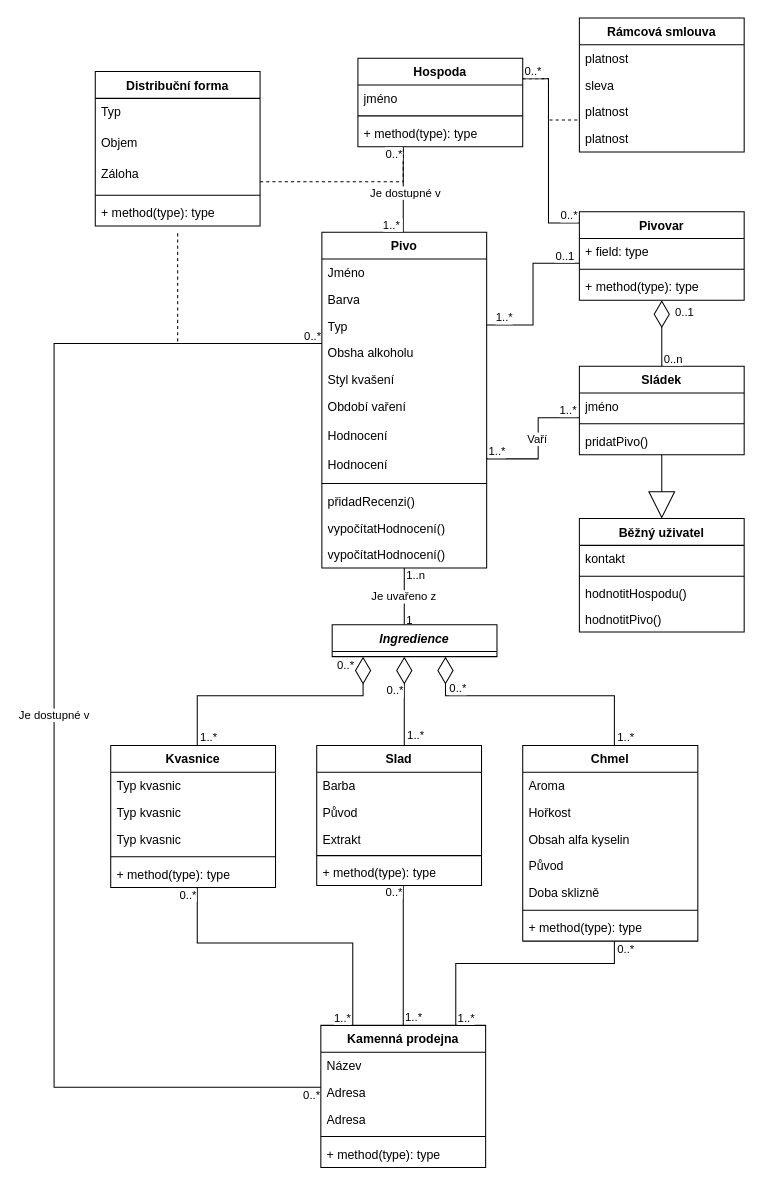
This is IUS/IUS_projekt/Class Diagram.drawio from dan1235689/Diagrams, a draw.io file, before an edit. Source tidied: cells renumbered, new cells numbered last; positions are measured from the earlier drawing's top-left corner, leaving out a move shared by most shapes. Both pictures are drawn from the tidied source at 103%, with x=0, y=0 at pixel (54, 18).
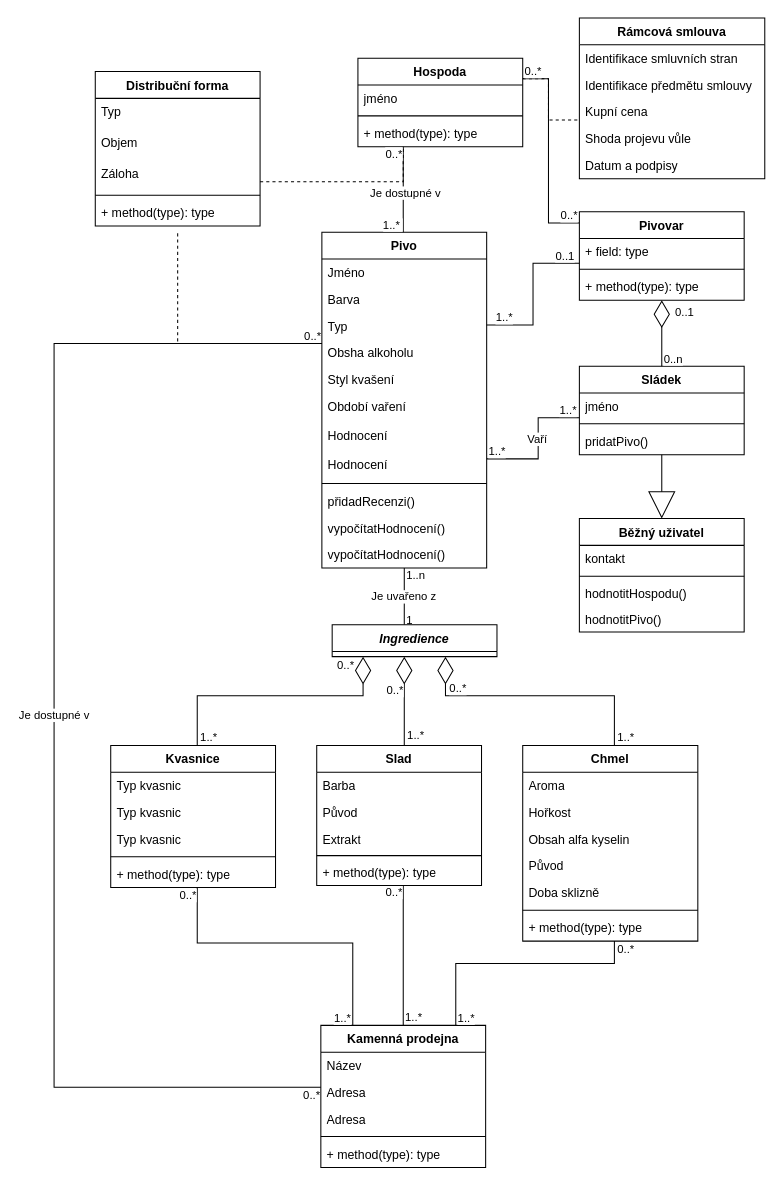
Above is the later version.

Commit message:
edit na ramcove smlouve

Change to the diagram source:
```diff
@@
     <mxCell id="109" value="Rámcová smlouva" style="swimlane;fontStyle=1;align=center;verticalAlign=top;horizontal=1;startSize=26;whiteSpace=wrap;html=1;" parent="1" vertex="1">
-      <mxGeometry x="510" width="160" height="130" as="geometry" />
+      <mxGeometry x="510" width="180" height="156" as="geometry" />
     </mxCell>
-    <mxCell id="110" value="platnost" style="text;strokeColor=none;fillColor=none;align=left;verticalAlign=top;spacingLeft=4;spacingRight=4;overflow=hidden;whiteSpace=wrap;html=1;" parent="109" vertex="1">
-      <mxGeometry y="26" width="160" height="26" as="geometry" />
+    <mxCell id="110" value="&lt;span style=&quot;&quot;&gt;Identifikace smluvních stran&lt;/span&gt;" style="text;strokeColor=none;fillColor=none;align=left;verticalAlign=top;spacingLeft=4;spacingRight=4;overflow=hidden;whiteSpace=wrap;html=1;" parent="109" vertex="1">
+      <mxGeometry y="26" width="180" height="26" as="geometry" />
     </mxCell>
-    <mxCell id="111" value="sleva" style="text;strokeColor=none;fillColor=none;align=left;verticalAlign=top;spacingLeft=4;spacingRight=4;overflow=hidden;whiteSpace=wrap;html=1;" parent="109" vertex="1">
-      <mxGeometry y="52" width="160" height="26" as="geometry" />
+    <mxCell id="111" value="&lt;span style=&quot;&quot;&gt;Identifikace předmětu smlouvy&lt;/span&gt;" style="text;strokeColor=none;fillColor=none;align=left;verticalAlign=top;spacingLeft=4;spacingRight=4;overflow=hidden;whiteSpace=wrap;html=1;" parent="109" vertex="1">
+      <mxGeometry y="52" width="180" height="26" as="geometry" />
     </mxCell>
-    <mxCell id="112" value="platnost" style="text;strokeColor=none;fillColor=none;align=left;verticalAlign=top;spacingLeft=4;spacingRight=4;overflow=hidden;whiteSpace=wrap;html=1;" parent="109" vertex="1">
-      <mxGeometry y="78" width="160" height="26" as="geometry" />
+    <mxCell id="112" value="&lt;span style=&quot;&quot;&gt;Kupní cena&lt;/span&gt;" style="text;strokeColor=none;fillColor=none;align=left;verticalAlign=top;spacingLeft=4;spacingRight=4;overflow=hidden;whiteSpace=wrap;html=1;" parent="109" vertex="1">
+      <mxGeometry y="78" width="180" height="26" as="geometry" />
     </mxCell>
-    <mxCell id="113" value="platnost" style="text;strokeColor=none;fillColor=none;align=left;verticalAlign=top;spacingLeft=4;spacingRight=4;overflow=hidden;whiteSpace=wrap;html=1;" parent="109" vertex="1">
-      <mxGeometry y="104" width="160" height="26" as="geometry" />
+    <mxCell id="113" value="&lt;span style=&quot;&quot;&gt;Shoda projevu vůle&lt;/span&gt;" style="text;strokeColor=none;fillColor=none;align=left;verticalAlign=top;spacingLeft=4;spacingRight=4;overflow=hidden;whiteSpace=wrap;html=1;" parent="109" vertex="1">
+      <mxGeometry y="104" width="180" height="26" as="geometry" />
     </mxCell>
+    <mxCell id="117" value="&lt;span style=&quot;&quot;&gt;Datum a podpisy&lt;/span&gt;" style="text;strokeColor=none;fillColor=none;align=left;verticalAlign=top;spacingLeft=4;spacingRight=4;overflow=hidden;whiteSpace=wrap;html=1;" parent="109" vertex="1">
+      <mxGeometry y="130" width="180" height="26" as="geometry" />
+    </mxCell>
```
